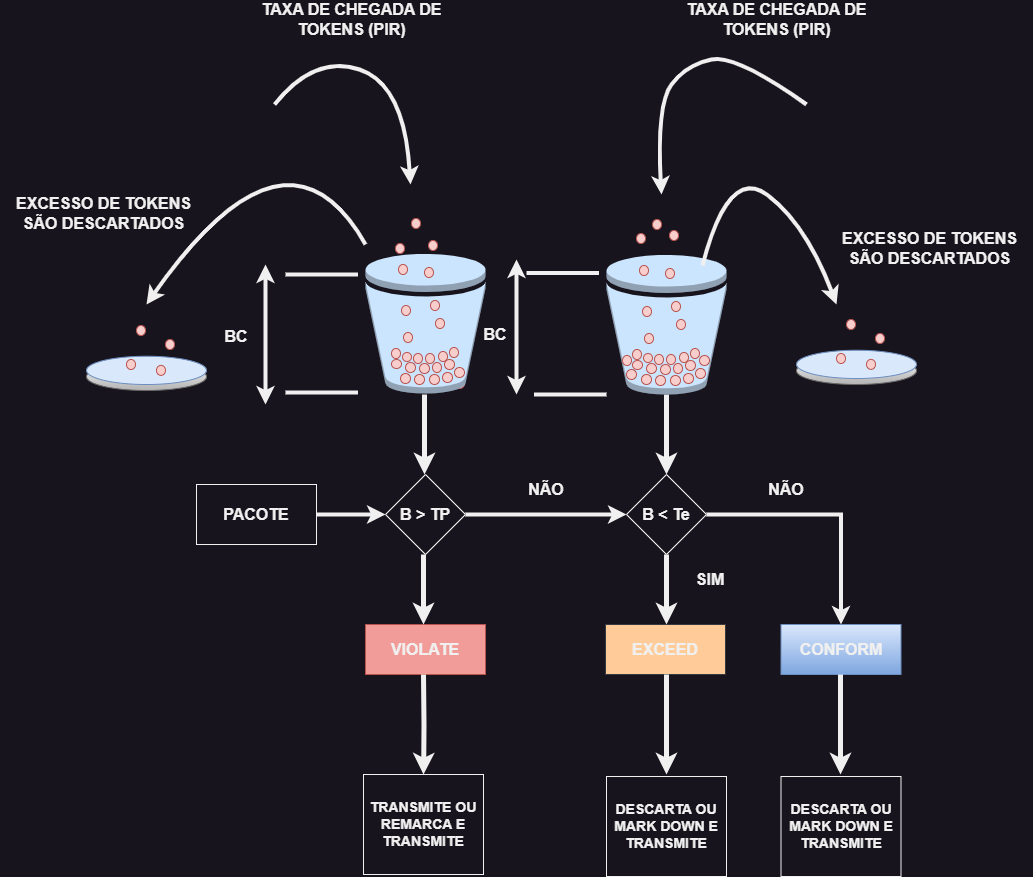
Earlier version of the draw.io export CCNP 350-401 ENCOR/01 - Architecture/01 - QoS/17 - Parâmetros do Two Rate Three-Color Marker  Policer/Imagens/Twoo_rate_Three_color_marker_policer.png (alcancil/Cisco). Source tidied: cells renumbered, new cells last; positions are measured from the earlier drawing's top-left corner, leaving out a move shared by most shapes.
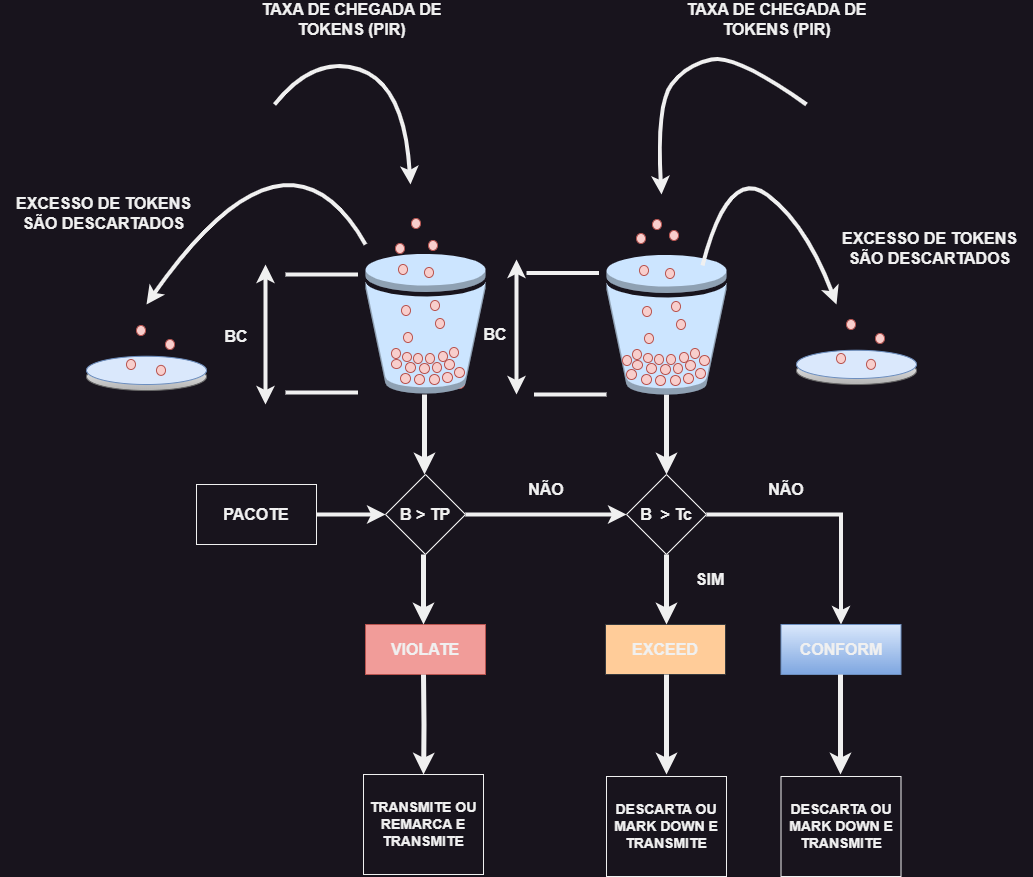
The same file after the commit.

Commit message:
Alterado o arquivo readme.md

Diff of the diagram source:
```diff
@@ -235,7 +235,7 @@
     <mxCell id="71" style="edgeStyle=orthogonalEdgeStyle;rounded=0;jettySize=auto;html=1;entryX=0.5;entryY=0;entryDx=0;entryDy=0;strokeWidth=4;" parent="1" edge="1" source="72" target="75">
       <mxGeometry relative="1" as="geometry" />
     </mxCell>
-    <mxCell id="72" value="&lt;font style=&quot;font-size: 16px;&quot;&gt;&lt;b&gt;B &amp;lt; Te&lt;/b&gt;&lt;/font&gt;" style="rhombus;whiteSpace=wrap;html=1;" parent="1" vertex="1">
+    <mxCell id="72" value="&lt;font style=&quot;font-size: 16px;&quot;&gt;&lt;b&gt;B&amp;nbsp; &amp;gt; Tc&lt;/b&gt;&lt;/font&gt;" style="rhombus;whiteSpace=wrap;html=1;" parent="1" vertex="1">
       <mxGeometry x="626" y="470" width="80" height="80" as="geometry" />
     </mxCell>
     <mxCell id="73" value="&lt;font style=&quot;font-size: 16px;&quot;&gt;&lt;b&gt;EXCEED&lt;/b&gt;&lt;/font&gt;" style="rounded=0;whiteSpace=wrap;html=1;fillColor=#ffcc99;strokeColor=#36393d;" parent="1" vertex="1">
```
